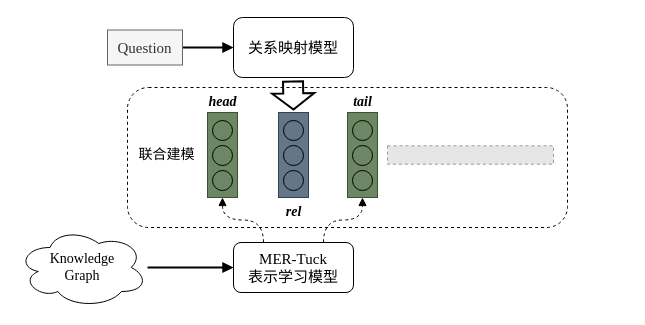
This is kgeQA.drawio from Dionysusssss/GraduationDesign2, a draw.io file, before an edit. Source tidied: cells renumbered, new cells numbered last; positions are measured from the earlier drawing's top-left corner, leaving out a move shared by most shapes. Both pictures are drawn from the tidied source at 100%, with x=0, y=0 at pixel (17, 17). Pictures stored in the file or linked from it are replaced by grey dashed boxes.
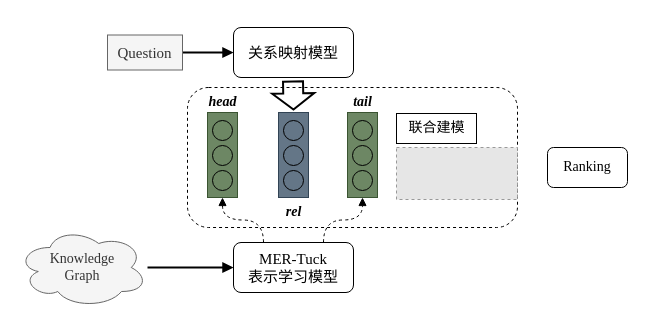
Above is the later version.

Diff of the diagram source:
```diff
@@
     <mxCell id="2" style="rounded=1;whiteSpace=wrap;html=1;strokeColor=#000000;fontFamily=Times New Roman;fontSize=14;dashed=1;" parent="1" vertex="1">
-      <mxGeometry x="110" y="70" width="440" height="140" as="geometry" />
+      <mxGeometry x="170" y="70" width="330" height="140" as="geometry" />
     </mxCell>
@@
-    <mxCell id="19" value="Knowledge &lt;br&gt;Graph" style="ellipse;shape=cloud;whiteSpace=wrap;html=1;strokeColor=#000000;fontFamily=Times New Roman;fontSize=14;" parent="1" vertex="1">
+    <mxCell id="19" value="Knowledge &lt;br&gt;Graph" style="ellipse;shape=cloud;whiteSpace=wrap;html=1;strokeColor=#666666;fontFamily=Times New Roman;fontSize=14;fillColor=#f5f5f5;fontColor=#333333;" parent="1" vertex="1">
       <mxGeometry y="210" width="130" height="80" as="geometry" />
     </mxCell>
@@
-    <mxCell id="23" value="&lt;font style=&quot;font-size: 15px;&quot;&gt;关系映射模型&lt;/font&gt;" style="rounded=1;whiteSpace=wrap;html=1;strokeColor=#000000;fontFamily=Times New Roman;" parent="1" vertex="1">
-      <mxGeometry x="216" width="120" height="60" as="geometry" />
+    <mxCell id="23" value="&lt;font style=&quot;font-size: 15px;&quot;&gt;关系映射模型&lt;/font&gt;" style="rounded=1;whiteSpace=wrap;html=1;fontFamily=Times New Roman;" parent="1" vertex="1">
+      <mxGeometry x="216" y="10" width="120" height="50" as="geometry" />
     </mxCell>
@@
     <mxCell id="25" value="&lt;font style=&quot;font-size: 15px;&quot;&gt;Question&lt;/font&gt;" style="rounded=0;whiteSpace=wrap;html=1;strokeColor=#666666;fillColor=#f5f5f5;fontColor=#333333;fontFamily=Times New Roman;" parent="1" vertex="1">
-      <mxGeometry x="90" y="12.5" width="75" height="35" as="geometry" />
+      <mxGeometry x="90" y="17.5" width="75" height="35" as="geometry" />
     </mxCell>
-    <mxCell id="26" value="联合建模" style="text;html=1;align=center;verticalAlign=middle;strokeColor=none;fillColor=none;fontSize=14;fontFamily=Times New Roman;" parent="1" vertex="1">
-      <mxGeometry x="109" y="122.5" width="80" height="30" as="geometry" />
+    <mxCell id="26" value="联合建模" style="text;html=1;align=center;verticalAlign=middle;strokeColor=default;fillColor=none;fontSize=14;fontFamily=Times New Roman;" parent="1" vertex="1">
+      <mxGeometry x="379" y="96" width="80" height="30" as="geometry" />
     </mxCell>
@@
-    <mxCell id="31" style="fillColor=#E6E6E6;strokeColor=#999999;dashed=1;verticalLabelPosition=bottom;labelBackgroundColor=default;verticalAlign=top;" parent="1" vertex="1">
-      <mxGeometry x="370" y="128.3" width="166" height="18.4" as="geometry" />
-    </mxCell>
+    <mxCell id="32" style="fillColor=#E6E6E6;strokeColor=#999999;dashed=1;verticalLabelPosition=bottom;labelBackgroundColor=default;verticalAlign=top;" parent="1" vertex="1">
+      <mxGeometry x="379" y="130" width="121" height="52" as="geometry" />
+    </mxCell>
+    <mxCell id="33" value="Ranking" style="rounded=1;whiteSpace=wrap;html=1;strokeColor=default;fontFamily=Times New Roman;fontSize=14;" parent="1" vertex="1">
+      <mxGeometry x="530" y="130" width="80" height="40" as="geometry" />
+    </mxCell>
```
